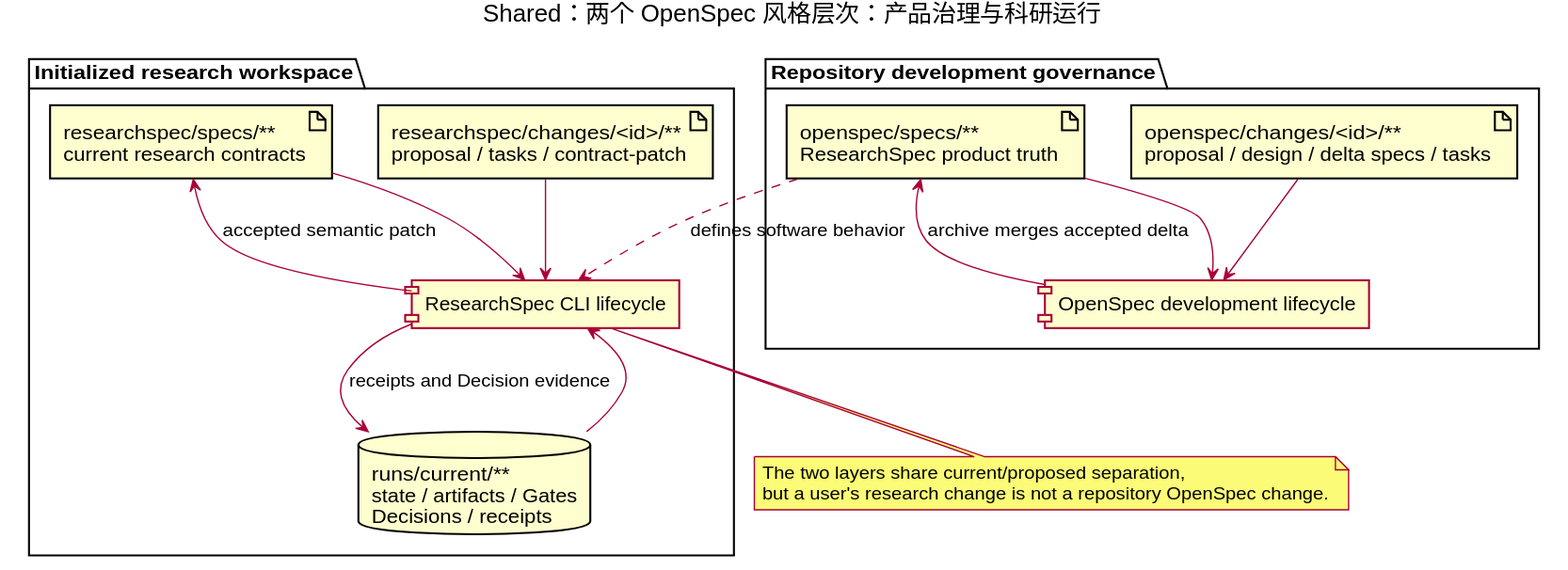
This is docs/researchspec_arsu_runtime/diagrams/rendered/two-level-openspec-model.svg from leike0813/ResearchSpec, a PlantUML export, as it was before one commit. Its source is kept beside it as docs/researchspec_arsu_runtime/diagrams/src/two-level-openspec-model.puml.
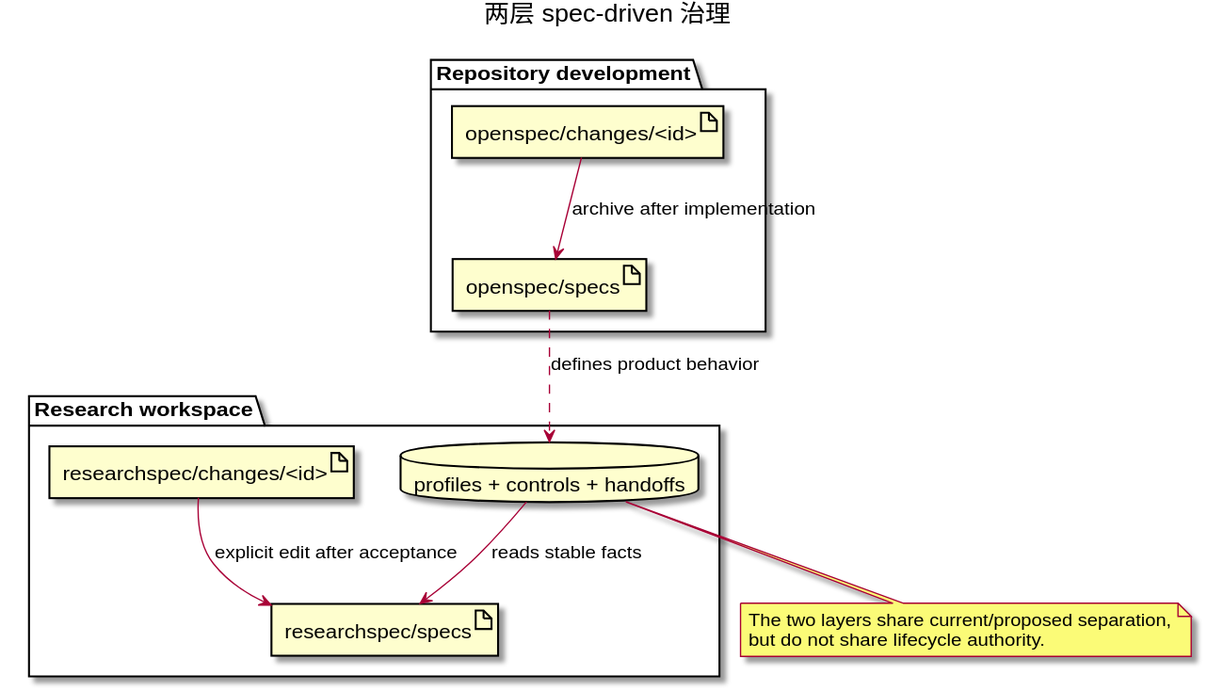
The same diagram one commit later.

What changed in the source:
```diff
@@ -1,32 +1,21 @@
 @startuml
-title Shared：两个 OpenSpec 风格层次：产品治理与科研运行
+title 两层 spec-driven 治理
 skinparam componentStyle rectangle
-skinparam shadowing false
-
-package "Repository development governance" {
-  artifact "openspec/specs/**\nResearchSpec product truth" as ProductSpecs
-  artifact "openspec/changes/<id>/**\nproposal / design / delta specs / tasks" as ProductChange
-  component "OpenSpec development lifecycle" as ProductLifecycle
-  ProductSpecs --> ProductLifecycle
-  ProductChange --> ProductLifecycle
-  ProductLifecycle --> ProductSpecs : archive merges accepted delta
+package "Repository development" {
+  artifact "openspec/specs" as ProductSpecs
+  artifact "openspec/changes/<id>" as ProductChange
+  ProductChange --> ProductSpecs : archive after implementation
 }
-
-package "Initialized research workspace" {
-  artifact "researchspec/specs/**\ncurrent research contracts" as ResearchSpecs
-  artifact "researchspec/changes/<id>/**\nproposal / tasks / contract-patch" as ResearchChange
-  database "runs/current/**\nstate / artifacts / Gates\nDecisions / receipts" as Run
-  component "ResearchSpec CLI lifecycle" as ResearchLifecycle
-  ResearchSpecs --> ResearchLifecycle
-  ResearchChange --> ResearchLifecycle
-  Run --> ResearchLifecycle
-  ResearchLifecycle --> ResearchSpecs : accepted semantic patch
-  ResearchLifecycle --> Run : receipts and Decision evidence
+package "Research workspace" {
+  artifact "researchspec/specs" as ResearchSpecs
+  artifact "researchspec/changes/<id>" as ResearchChange
+  database "profiles + controls + handoffs" as Runtime
+  ResearchChange --> ResearchSpecs : explicit edit after acceptance
+  Runtime --> ResearchSpecs : reads stable facts
 }
-
-ProductSpecs ..> ResearchLifecycle : defines software behavior
+ProductSpecs ..> Runtime : defines product behavior
 note bottom
   The two layers share current/proposed separation,
-  but a user's research change is not a repository OpenSpec change.
+  but do not share lifecycle authority.
 end note
 @enduml
```
